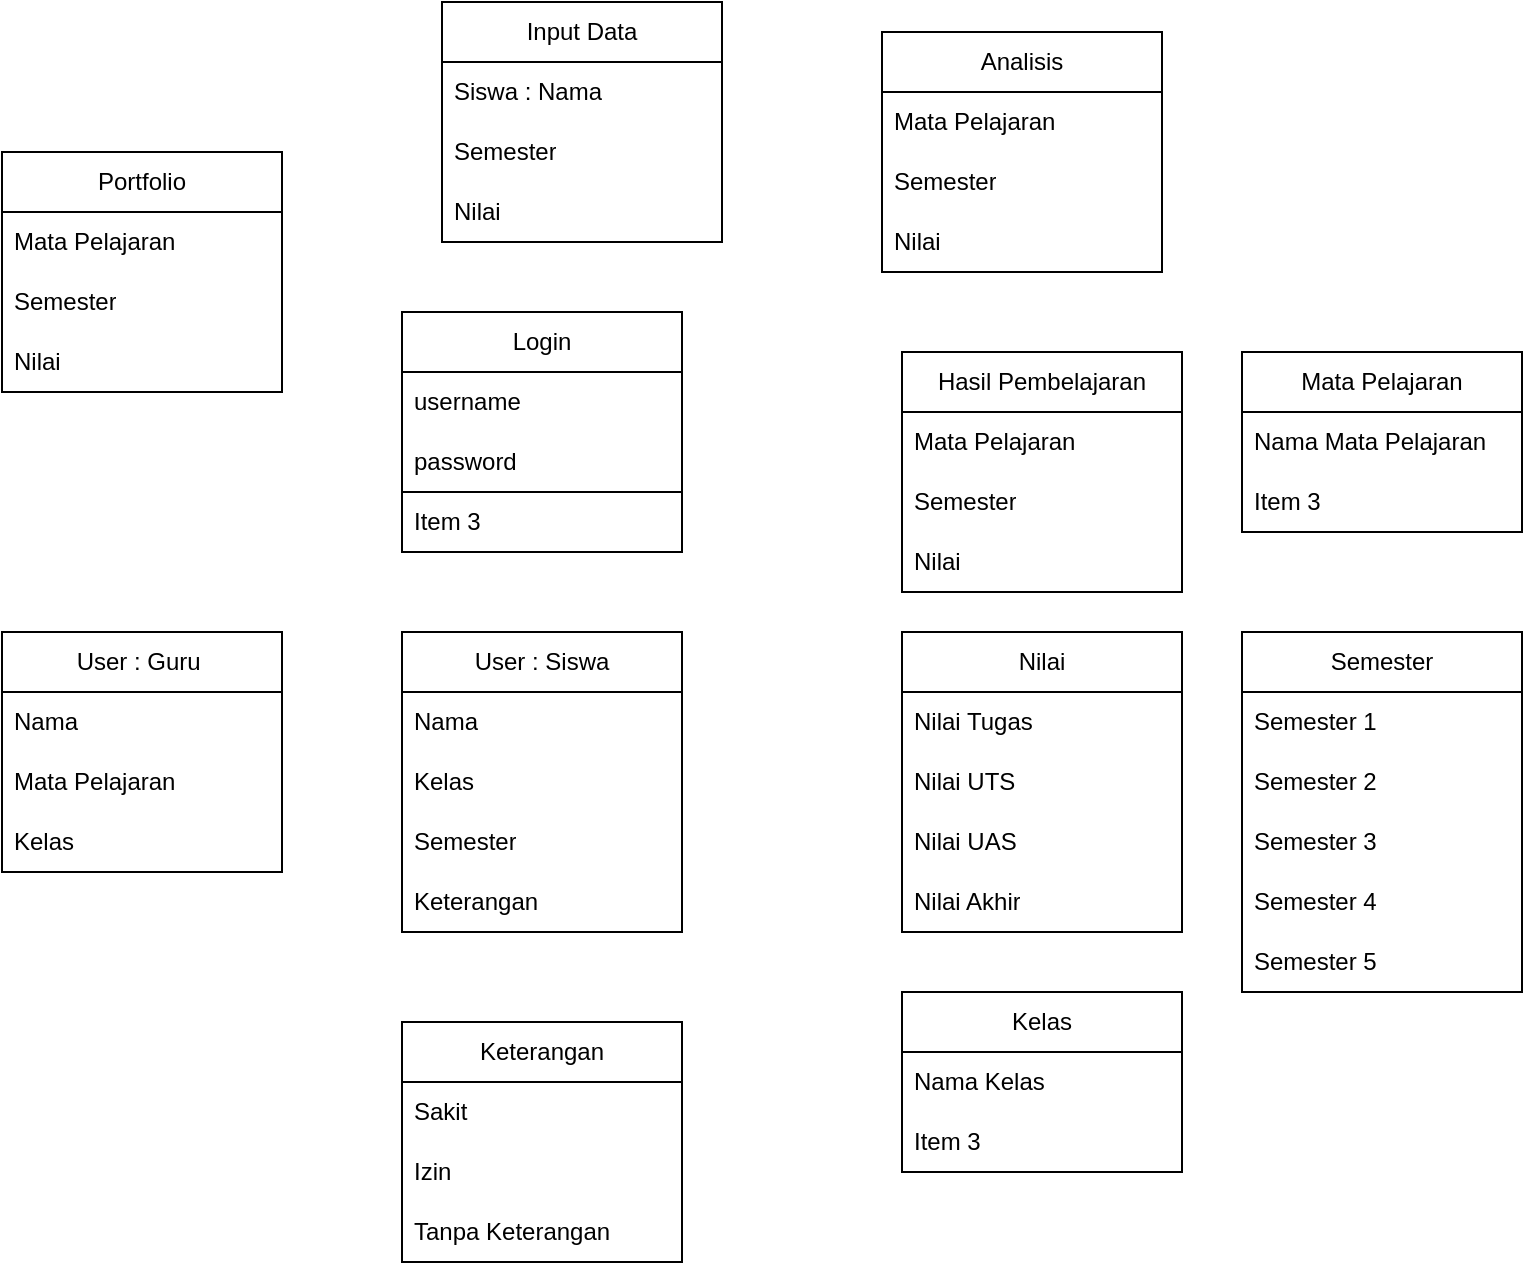
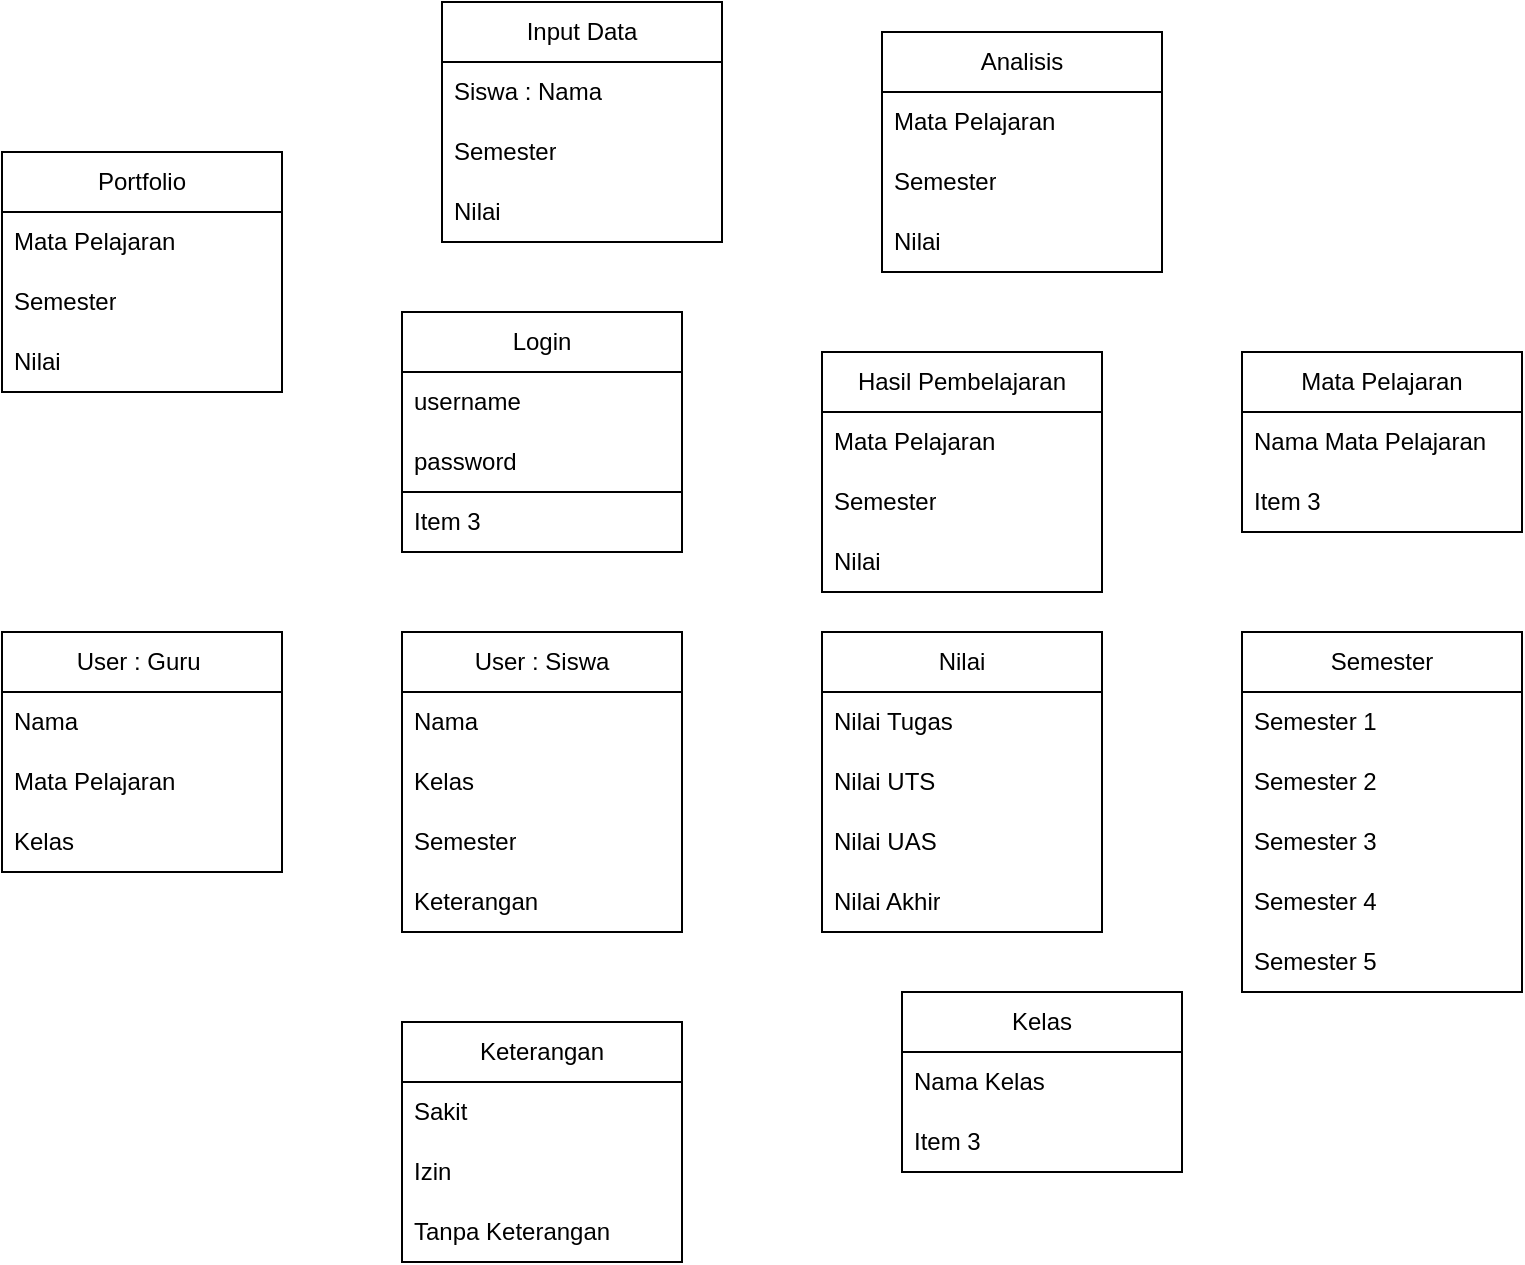
<mxfile host="app.diagrams.net">
  <diagram name="Page-1" id="FNibRdnihXS_5CbdJ--6">
-     <mxGraphModel dx="1245" dy="1768" grid="1" gridSize="10" guides="1" tooltips="1" connect="1" arrows="1" fold="1" page="1" pageScale="1" pageWidth="850" pageHeight="1100" math="0" shadow="0">
+     <mxGraphModel dx="1437" dy="1871" grid="1" gridSize="10" guides="1" tooltips="1" connect="1" arrows="1" fold="1" page="1" pageScale="1" pageWidth="850" pageHeight="1100" math="0" shadow="0">
      <root>
        <mxCell id="0" />
        <mxCell id="1" parent="0" />
        <mxCell id="_xLJ7-DKVpqls_R4hrHa-1" parent="1" style="swimlane;fontStyle=0;childLayout=stackLayout;horizontal=1;startSize=30;horizontalStack=0;resizeParent=1;resizeParentMax=0;resizeLast=0;collapsible=1;marginBottom=0;whiteSpace=wrap;html=1;" value="Login" vertex="1">
          <mxGeometry height="120" width="140" x="270" y="150" as="geometry" />
        </mxCell>
        <mxCell id="_xLJ7-DKVpqls_R4hrHa-2" parent="_xLJ7-DKVpqls_R4hrHa-1" style="text;strokeColor=none;fillColor=none;align=left;verticalAlign=middle;spacingLeft=4;spacingRight=4;overflow=hidden;points=[[0,0.5],[1,0.5]];portConstraint=eastwest;rotatable=0;whiteSpace=wrap;html=1;" value="username" vertex="1">
          <mxGeometry height="30" width="140" y="30" as="geometry" />
        </mxCell>
        <mxCell id="_xLJ7-DKVpqls_R4hrHa-3" parent="_xLJ7-DKVpqls_R4hrHa-1" style="text;strokeColor=none;fillColor=none;align=left;verticalAlign=middle;spacingLeft=4;spacingRight=4;overflow=hidden;points=[[0,0.5],[1,0.5]];portConstraint=eastwest;rotatable=0;whiteSpace=wrap;html=1;" value="password" vertex="1">
          <mxGeometry height="30" width="140" y="60" as="geometry" />
        </mxCell>
        <mxCell id="_xLJ7-DKVpqls_R4hrHa-4" parent="_xLJ7-DKVpqls_R4hrHa-1" style="text;strokeColor=default;fillColor=none;align=left;verticalAlign=middle;spacingLeft=4;spacingRight=4;overflow=hidden;points=[[0,0.5],[1,0.5]];portConstraint=eastwest;rotatable=0;whiteSpace=wrap;html=1;" value="Item 3" vertex="1">
          <mxGeometry height="30" width="140" y="90" as="geometry" />
        </mxCell>
        <mxCell id="_xLJ7-DKVpqls_R4hrHa-7" parent="1" style="swimlane;fontStyle=0;childLayout=stackLayout;horizontal=1;startSize=30;horizontalStack=0;resizeParent=1;resizeParentMax=0;resizeLast=0;collapsible=1;marginBottom=0;whiteSpace=wrap;html=1;" value="Portfolio" vertex="1">
          <mxGeometry height="120" width="140" x="70" y="70" as="geometry" />
        </mxCell>
        <mxCell id="_xLJ7-DKVpqls_R4hrHa-8" parent="_xLJ7-DKVpqls_R4hrHa-7" style="text;strokeColor=none;fillColor=none;align=left;verticalAlign=middle;spacingLeft=4;spacingRight=4;overflow=hidden;points=[[0,0.5],[1,0.5]];portConstraint=eastwest;rotatable=0;whiteSpace=wrap;html=1;" value="Mata Pelajaran" vertex="1">
          <mxGeometry height="30" width="140" y="30" as="geometry" />
        </mxCell>
        <mxCell id="_xLJ7-DKVpqls_R4hrHa-9" parent="_xLJ7-DKVpqls_R4hrHa-7" style="text;strokeColor=none;fillColor=none;align=left;verticalAlign=middle;spacingLeft=4;spacingRight=4;overflow=hidden;points=[[0,0.5],[1,0.5]];portConstraint=eastwest;rotatable=0;whiteSpace=wrap;html=1;" value="Semester" vertex="1">
          <mxGeometry height="30" width="140" y="60" as="geometry" />
        </mxCell>
        <mxCell id="_xLJ7-DKVpqls_R4hrHa-10" parent="_xLJ7-DKVpqls_R4hrHa-7" style="text;strokeColor=none;fillColor=none;align=left;verticalAlign=middle;spacingLeft=4;spacingRight=4;overflow=hidden;points=[[0,0.5],[1,0.5]];portConstraint=eastwest;rotatable=0;whiteSpace=wrap;html=1;" value="Nilai" vertex="1">
          <mxGeometry height="30" width="140" y="90" as="geometry" />
        </mxCell>
        <mxCell id="_xLJ7-DKVpqls_R4hrHa-11" parent="1" style="swimlane;fontStyle=0;childLayout=stackLayout;horizontal=1;startSize=30;horizontalStack=0;resizeParent=1;resizeParentMax=0;resizeLast=0;collapsible=1;marginBottom=0;whiteSpace=wrap;html=1;" value="Analisis" vertex="1">
          <mxGeometry height="120" width="140" x="510" y="10" as="geometry" />
        </mxCell>
        <mxCell id="_xLJ7-DKVpqls_R4hrHa-12" parent="_xLJ7-DKVpqls_R4hrHa-11" style="text;strokeColor=none;fillColor=none;align=left;verticalAlign=middle;spacingLeft=4;spacingRight=4;overflow=hidden;points=[[0,0.5],[1,0.5]];portConstraint=eastwest;rotatable=0;whiteSpace=wrap;html=1;" value="Mata Pelajaran" vertex="1">
          <mxGeometry height="30" width="140" y="30" as="geometry" />
        </mxCell>
        <mxCell id="_xLJ7-DKVpqls_R4hrHa-13" parent="_xLJ7-DKVpqls_R4hrHa-11" style="text;strokeColor=none;fillColor=none;align=left;verticalAlign=middle;spacingLeft=4;spacingRight=4;overflow=hidden;points=[[0,0.5],[1,0.5]];portConstraint=eastwest;rotatable=0;whiteSpace=wrap;html=1;" value="Semester" vertex="1">
          <mxGeometry height="30" width="140" y="60" as="geometry" />
        </mxCell>
        <mxCell id="_xLJ7-DKVpqls_R4hrHa-14" parent="_xLJ7-DKVpqls_R4hrHa-11" style="text;strokeColor=none;fillColor=none;align=left;verticalAlign=middle;spacingLeft=4;spacingRight=4;overflow=hidden;points=[[0,0.5],[1,0.5]];portConstraint=eastwest;rotatable=0;whiteSpace=wrap;html=1;" value="Nilai" vertex="1">
          <mxGeometry height="30" width="140" y="90" as="geometry" />
        </mxCell>
        <mxCell id="_xLJ7-DKVpqls_R4hrHa-19" parent="1" style="swimlane;fontStyle=0;childLayout=stackLayout;horizontal=1;startSize=30;horizontalStack=0;resizeParent=1;resizeParentMax=0;resizeLast=0;collapsible=1;marginBottom=0;whiteSpace=wrap;html=1;" value="User : Siswa" vertex="1">
          <mxGeometry height="150" width="140" x="270" y="310" as="geometry" />
        </mxCell>
        <mxCell id="_xLJ7-DKVpqls_R4hrHa-20" parent="_xLJ7-DKVpqls_R4hrHa-19" style="text;strokeColor=none;fillColor=none;align=left;verticalAlign=middle;spacingLeft=4;spacingRight=4;overflow=hidden;points=[[0,0.5],[1,0.5]];portConstraint=eastwest;rotatable=0;whiteSpace=wrap;html=1;" value="Nama" vertex="1">
          <mxGeometry height="30" width="140" y="30" as="geometry" />
        </mxCell>
        <mxCell id="_xLJ7-DKVpqls_R4hrHa-21" parent="_xLJ7-DKVpqls_R4hrHa-19" style="text;strokeColor=none;fillColor=none;align=left;verticalAlign=middle;spacingLeft=4;spacingRight=4;overflow=hidden;points=[[0,0.5],[1,0.5]];portConstraint=eastwest;rotatable=0;whiteSpace=wrap;html=1;" value="Kelas" vertex="1">
          <mxGeometry height="30" width="140" y="60" as="geometry" />
        </mxCell>
        <mxCell id="_xLJ7-DKVpqls_R4hrHa-22" parent="_xLJ7-DKVpqls_R4hrHa-19" style="text;strokeColor=none;fillColor=none;align=left;verticalAlign=middle;spacingLeft=4;spacingRight=4;overflow=hidden;points=[[0,0.5],[1,0.5]];portConstraint=eastwest;rotatable=0;whiteSpace=wrap;html=1;" value="Semester" vertex="1">
          <mxGeometry height="30" width="140" y="90" as="geometry" />
        </mxCell>
        <mxCell id="_xLJ7-DKVpqls_R4hrHa-57" parent="_xLJ7-DKVpqls_R4hrHa-19" style="text;strokeColor=none;fillColor=none;align=left;verticalAlign=middle;spacingLeft=4;spacingRight=4;overflow=hidden;points=[[0,0.5],[1,0.5]];portConstraint=eastwest;rotatable=0;whiteSpace=wrap;html=1;" value="Keterangan" vertex="1">
          <mxGeometry height="30" width="140" y="120" as="geometry" />
        </mxCell>
        <mxCell id="_xLJ7-DKVpqls_R4hrHa-23" parent="1" style="swimlane;fontStyle=0;childLayout=stackLayout;horizontal=1;startSize=30;horizontalStack=0;resizeParent=1;resizeParentMax=0;resizeLast=0;collapsible=1;marginBottom=0;whiteSpace=wrap;html=1;" value="Nilai" vertex="1">
-           <mxGeometry height="150" width="140" x="520" y="310" as="geometry" />
+           <mxGeometry height="150" width="140" x="480" y="310" as="geometry" />
        </mxCell>
        <mxCell id="_xLJ7-DKVpqls_R4hrHa-24" parent="_xLJ7-DKVpqls_R4hrHa-23" style="text;strokeColor=none;fillColor=none;align=left;verticalAlign=middle;spacingLeft=4;spacingRight=4;overflow=hidden;points=[[0,0.5],[1,0.5]];portConstraint=eastwest;rotatable=0;whiteSpace=wrap;html=1;" value="Nilai Tugas" vertex="1">
          <mxGeometry height="30" width="140" y="30" as="geometry" />
        </mxCell>
        <mxCell id="_xLJ7-DKVpqls_R4hrHa-25" parent="_xLJ7-DKVpqls_R4hrHa-23" style="text;strokeColor=none;fillColor=none;align=left;verticalAlign=middle;spacingLeft=4;spacingRight=4;overflow=hidden;points=[[0,0.5],[1,0.5]];portConstraint=eastwest;rotatable=0;whiteSpace=wrap;html=1;" value="Nilai UTS" vertex="1">
          <mxGeometry height="30" width="140" y="60" as="geometry" />
        </mxCell>
        <mxCell id="_xLJ7-DKVpqls_R4hrHa-26" parent="_xLJ7-DKVpqls_R4hrHa-23" style="text;strokeColor=none;fillColor=none;align=left;verticalAlign=middle;spacingLeft=4;spacingRight=4;overflow=hidden;points=[[0,0.5],[1,0.5]];portConstraint=eastwest;rotatable=0;whiteSpace=wrap;html=1;" value="Nilai UAS" vertex="1">
          <mxGeometry height="30" width="140" y="90" as="geometry" />
        </mxCell>
        <mxCell id="_xLJ7-DKVpqls_R4hrHa-34" parent="_xLJ7-DKVpqls_R4hrHa-23" style="text;strokeColor=none;fillColor=none;align=left;verticalAlign=middle;spacingLeft=4;spacingRight=4;overflow=hidden;points=[[0,0.5],[1,0.5]];portConstraint=eastwest;rotatable=0;whiteSpace=wrap;html=1;" value="Nilai Akhir" vertex="1">
          <mxGeometry height="30" width="140" y="120" as="geometry" />
        </mxCell>
        <mxCell id="_xLJ7-DKVpqls_R4hrHa-30" parent="1" style="swimlane;fontStyle=0;childLayout=stackLayout;horizontal=1;startSize=30;horizontalStack=0;resizeParent=1;resizeParentMax=0;resizeLast=0;collapsible=1;marginBottom=0;whiteSpace=wrap;html=1;" value="Kelas" vertex="1">
          <mxGeometry height="90" width="140" x="520" y="490" as="geometry" />
        </mxCell>
        <mxCell id="_xLJ7-DKVpqls_R4hrHa-31" parent="_xLJ7-DKVpqls_R4hrHa-30" style="text;strokeColor=none;fillColor=none;align=left;verticalAlign=middle;spacingLeft=4;spacingRight=4;overflow=hidden;points=[[0,0.5],[1,0.5]];portConstraint=eastwest;rotatable=0;whiteSpace=wrap;html=1;" value="Nama Kelas" vertex="1">
          <mxGeometry height="30" width="140" y="30" as="geometry" />
        </mxCell>
        <mxCell id="_xLJ7-DKVpqls_R4hrHa-33" parent="_xLJ7-DKVpqls_R4hrHa-30" style="text;strokeColor=none;fillColor=none;align=left;verticalAlign=middle;spacingLeft=4;spacingRight=4;overflow=hidden;points=[[0,0.5],[1,0.5]];portConstraint=eastwest;rotatable=0;whiteSpace=wrap;html=1;" value="Item 3" vertex="1">
          <mxGeometry height="30" width="140" y="60" as="geometry" />
        </mxCell>
        <mxCell id="_xLJ7-DKVpqls_R4hrHa-35" parent="1" style="swimlane;fontStyle=0;childLayout=stackLayout;horizontal=1;startSize=30;horizontalStack=0;resizeParent=1;resizeParentMax=0;resizeLast=0;collapsible=1;marginBottom=0;whiteSpace=wrap;html=1;" value="Hasil Pembelajaran" vertex="1">
-           <mxGeometry height="120" width="140" x="520" y="170" as="geometry" />
+           <mxGeometry height="120" width="140" x="480" y="170" as="geometry" />
        </mxCell>
        <mxCell id="_xLJ7-DKVpqls_R4hrHa-36" parent="_xLJ7-DKVpqls_R4hrHa-35" style="text;strokeColor=none;fillColor=none;align=left;verticalAlign=middle;spacingLeft=4;spacingRight=4;overflow=hidden;points=[[0,0.5],[1,0.5]];portConstraint=eastwest;rotatable=0;whiteSpace=wrap;html=1;" value="Mata Pelajaran" vertex="1">
          <mxGeometry height="30" width="140" y="30" as="geometry" />
        </mxCell>
        <mxCell id="_xLJ7-DKVpqls_R4hrHa-37" parent="_xLJ7-DKVpqls_R4hrHa-35" style="text;strokeColor=none;fillColor=none;align=left;verticalAlign=middle;spacingLeft=4;spacingRight=4;overflow=hidden;points=[[0,0.5],[1,0.5]];portConstraint=eastwest;rotatable=0;whiteSpace=wrap;html=1;" value="Semester" vertex="1">
          <mxGeometry height="30" width="140" y="60" as="geometry" />
        </mxCell>
        <mxCell id="_xLJ7-DKVpqls_R4hrHa-38" parent="_xLJ7-DKVpqls_R4hrHa-35" style="text;strokeColor=none;fillColor=none;align=left;verticalAlign=middle;spacingLeft=4;spacingRight=4;overflow=hidden;points=[[0,0.5],[1,0.5]];portConstraint=eastwest;rotatable=0;whiteSpace=wrap;html=1;" value="Nilai" vertex="1">
          <mxGeometry height="30" width="140" y="90" as="geometry" />
        </mxCell>
        <mxCell id="_xLJ7-DKVpqls_R4hrHa-43" parent="1" style="swimlane;fontStyle=0;childLayout=stackLayout;horizontal=1;startSize=30;horizontalStack=0;resizeParent=1;resizeParentMax=0;resizeLast=0;collapsible=1;marginBottom=0;whiteSpace=wrap;html=1;" value="Mata Pelajaran" vertex="1">
          <mxGeometry height="90" width="140" x="690" y="170" as="geometry" />
        </mxCell>
        <mxCell id="_xLJ7-DKVpqls_R4hrHa-44" parent="_xLJ7-DKVpqls_R4hrHa-43" style="text;strokeColor=none;fillColor=none;align=left;verticalAlign=middle;spacingLeft=4;spacingRight=4;overflow=hidden;points=[[0,0.5],[1,0.5]];portConstraint=eastwest;rotatable=0;whiteSpace=wrap;html=1;" value="Nama Mata Pelajaran" vertex="1">
          <mxGeometry height="30" width="140" y="30" as="geometry" />
        </mxCell>
        <mxCell id="_xLJ7-DKVpqls_R4hrHa-46" parent="_xLJ7-DKVpqls_R4hrHa-43" style="text;strokeColor=none;fillColor=none;align=left;verticalAlign=middle;spacingLeft=4;spacingRight=4;overflow=hidden;points=[[0,0.5],[1,0.5]];portConstraint=eastwest;rotatable=0;whiteSpace=wrap;html=1;" value="Item 3" vertex="1">
          <mxGeometry height="30" width="140" y="60" as="geometry" />
        </mxCell>
        <mxCell id="_xLJ7-DKVpqls_R4hrHa-47" parent="1" style="swimlane;fontStyle=0;childLayout=stackLayout;horizontal=1;startSize=30;horizontalStack=0;resizeParent=1;resizeParentMax=0;resizeLast=0;collapsible=1;marginBottom=0;whiteSpace=wrap;html=1;" value="Semester" vertex="1">
          <mxGeometry height="180" width="140" x="690" y="310" as="geometry" />
        </mxCell>
        <mxCell id="_xLJ7-DKVpqls_R4hrHa-48" parent="_xLJ7-DKVpqls_R4hrHa-47" style="text;strokeColor=none;fillColor=none;align=left;verticalAlign=middle;spacingLeft=4;spacingRight=4;overflow=hidden;points=[[0,0.5],[1,0.5]];portConstraint=eastwest;rotatable=0;whiteSpace=wrap;html=1;" value="Semester 1" vertex="1">
          <mxGeometry height="30" width="140" y="30" as="geometry" />
        </mxCell>
        <mxCell id="_xLJ7-DKVpqls_R4hrHa-49" parent="_xLJ7-DKVpqls_R4hrHa-47" style="text;strokeColor=none;fillColor=none;align=left;verticalAlign=middle;spacingLeft=4;spacingRight=4;overflow=hidden;points=[[0,0.5],[1,0.5]];portConstraint=eastwest;rotatable=0;whiteSpace=wrap;html=1;" value="Semester 2" vertex="1">
          <mxGeometry height="30" width="140" y="60" as="geometry" />
        </mxCell>
        <mxCell id="_xLJ7-DKVpqls_R4hrHa-50" parent="_xLJ7-DKVpqls_R4hrHa-47" style="text;strokeColor=none;fillColor=none;align=left;verticalAlign=middle;spacingLeft=4;spacingRight=4;overflow=hidden;points=[[0,0.5],[1,0.5]];portConstraint=eastwest;rotatable=0;whiteSpace=wrap;html=1;" value="Semester 3" vertex="1">
          <mxGeometry height="30" width="140" y="90" as="geometry" />
        </mxCell>
        <mxCell id="_xLJ7-DKVpqls_R4hrHa-52" parent="_xLJ7-DKVpqls_R4hrHa-47" style="text;strokeColor=none;fillColor=none;align=left;verticalAlign=middle;spacingLeft=4;spacingRight=4;overflow=hidden;points=[[0,0.5],[1,0.5]];portConstraint=eastwest;rotatable=0;whiteSpace=wrap;html=1;" value="Semester 4" vertex="1">
          <mxGeometry height="30" width="140" y="120" as="geometry" />
        </mxCell>
        <mxCell id="_xLJ7-DKVpqls_R4hrHa-51" parent="_xLJ7-DKVpqls_R4hrHa-47" style="text;strokeColor=none;fillColor=none;align=left;verticalAlign=middle;spacingLeft=4;spacingRight=4;overflow=hidden;points=[[0,0.5],[1,0.5]];portConstraint=eastwest;rotatable=0;whiteSpace=wrap;html=1;" value="Semester 5" vertex="1">
          <mxGeometry height="30" width="140" y="150" as="geometry" />
        </mxCell>
        <mxCell id="_xLJ7-DKVpqls_R4hrHa-53" parent="1" style="swimlane;fontStyle=0;childLayout=stackLayout;horizontal=1;startSize=30;horizontalStack=0;resizeParent=1;resizeParentMax=0;resizeLast=0;collapsible=1;marginBottom=0;whiteSpace=wrap;html=1;" value="Keterangan" vertex="1">
          <mxGeometry height="120" width="140" x="270" y="505" as="geometry" />
        </mxCell>
        <mxCell id="_xLJ7-DKVpqls_R4hrHa-54" parent="_xLJ7-DKVpqls_R4hrHa-53" style="text;strokeColor=none;fillColor=none;align=left;verticalAlign=middle;spacingLeft=4;spacingRight=4;overflow=hidden;points=[[0,0.5],[1,0.5]];portConstraint=eastwest;rotatable=0;whiteSpace=wrap;html=1;" value="Sakit" vertex="1">
          <mxGeometry height="30" width="140" y="30" as="geometry" />
        </mxCell>
        <mxCell id="_xLJ7-DKVpqls_R4hrHa-55" parent="_xLJ7-DKVpqls_R4hrHa-53" style="text;strokeColor=none;fillColor=none;align=left;verticalAlign=middle;spacingLeft=4;spacingRight=4;overflow=hidden;points=[[0,0.5],[1,0.5]];portConstraint=eastwest;rotatable=0;whiteSpace=wrap;html=1;" value="Izin" vertex="1">
          <mxGeometry height="30" width="140" y="60" as="geometry" />
        </mxCell>
        <mxCell id="_xLJ7-DKVpqls_R4hrHa-56" parent="_xLJ7-DKVpqls_R4hrHa-53" style="text;strokeColor=none;fillColor=none;align=left;verticalAlign=middle;spacingLeft=4;spacingRight=4;overflow=hidden;points=[[0,0.5],[1,0.5]];portConstraint=eastwest;rotatable=0;whiteSpace=wrap;html=1;" value="Tanpa Keterangan" vertex="1">
          <mxGeometry height="30" width="140" y="90" as="geometry" />
        </mxCell>
        <mxCell id="_xLJ7-DKVpqls_R4hrHa-58" parent="1" style="swimlane;fontStyle=0;childLayout=stackLayout;horizontal=1;startSize=30;horizontalStack=0;resizeParent=1;resizeParentMax=0;resizeLast=0;collapsible=1;marginBottom=0;whiteSpace=wrap;html=1;" value="User : Guru&amp;nbsp;" vertex="1">
          <mxGeometry height="120" width="140" x="70" y="310" as="geometry" />
        </mxCell>
        <mxCell id="_xLJ7-DKVpqls_R4hrHa-59" parent="_xLJ7-DKVpqls_R4hrHa-58" style="text;strokeColor=none;fillColor=none;align=left;verticalAlign=middle;spacingLeft=4;spacingRight=4;overflow=hidden;points=[[0,0.5],[1,0.5]];portConstraint=eastwest;rotatable=0;whiteSpace=wrap;html=1;" value="Nama" vertex="1">
          <mxGeometry height="30" width="140" y="30" as="geometry" />
        </mxCell>
        <mxCell id="_xLJ7-DKVpqls_R4hrHa-60" parent="_xLJ7-DKVpqls_R4hrHa-58" style="text;strokeColor=none;fillColor=none;align=left;verticalAlign=middle;spacingLeft=4;spacingRight=4;overflow=hidden;points=[[0,0.5],[1,0.5]];portConstraint=eastwest;rotatable=0;whiteSpace=wrap;html=1;" value="Mata Pelajaran" vertex="1">
          <mxGeometry height="30" width="140" y="60" as="geometry" />
        </mxCell>
        <mxCell id="_xLJ7-DKVpqls_R4hrHa-61" parent="_xLJ7-DKVpqls_R4hrHa-58" style="text;strokeColor=none;fillColor=none;align=left;verticalAlign=middle;spacingLeft=4;spacingRight=4;overflow=hidden;points=[[0,0.5],[1,0.5]];portConstraint=eastwest;rotatable=0;whiteSpace=wrap;html=1;" value="Kelas" vertex="1">
          <mxGeometry height="30" width="140" y="90" as="geometry" />
        </mxCell>
        <mxCell id="_xLJ7-DKVpqls_R4hrHa-62" parent="1" style="swimlane;fontStyle=0;childLayout=stackLayout;horizontal=1;startSize=30;horizontalStack=0;resizeParent=1;resizeParentMax=0;resizeLast=0;collapsible=1;marginBottom=0;whiteSpace=wrap;html=1;" value="Input Data" vertex="1">
          <mxGeometry height="120" width="140" x="290" y="-5" as="geometry" />
        </mxCell>
        <mxCell id="_xLJ7-DKVpqls_R4hrHa-63" parent="_xLJ7-DKVpqls_R4hrHa-62" style="text;strokeColor=none;fillColor=none;align=left;verticalAlign=middle;spacingLeft=4;spacingRight=4;overflow=hidden;points=[[0,0.5],[1,0.5]];portConstraint=eastwest;rotatable=0;whiteSpace=wrap;html=1;" value="Siswa : Nama" vertex="1">
          <mxGeometry height="30" width="140" y="30" as="geometry" />
        </mxCell>
        <mxCell id="_xLJ7-DKVpqls_R4hrHa-64" parent="_xLJ7-DKVpqls_R4hrHa-62" style="text;strokeColor=none;fillColor=none;align=left;verticalAlign=middle;spacingLeft=4;spacingRight=4;overflow=hidden;points=[[0,0.5],[1,0.5]];portConstraint=eastwest;rotatable=0;whiteSpace=wrap;html=1;" value="Semester" vertex="1">
          <mxGeometry height="30" width="140" y="60" as="geometry" />
        </mxCell>
        <mxCell id="_xLJ7-DKVpqls_R4hrHa-65" parent="_xLJ7-DKVpqls_R4hrHa-62" style="text;strokeColor=none;fillColor=none;align=left;verticalAlign=middle;spacingLeft=4;spacingRight=4;overflow=hidden;points=[[0,0.5],[1,0.5]];portConstraint=eastwest;rotatable=0;whiteSpace=wrap;html=1;" value="Nilai" vertex="1">
          <mxGeometry height="30" width="140" y="90" as="geometry" />
        </mxCell>
      </root>
    </mxGraphModel>
  </diagram>
</mxfile>
